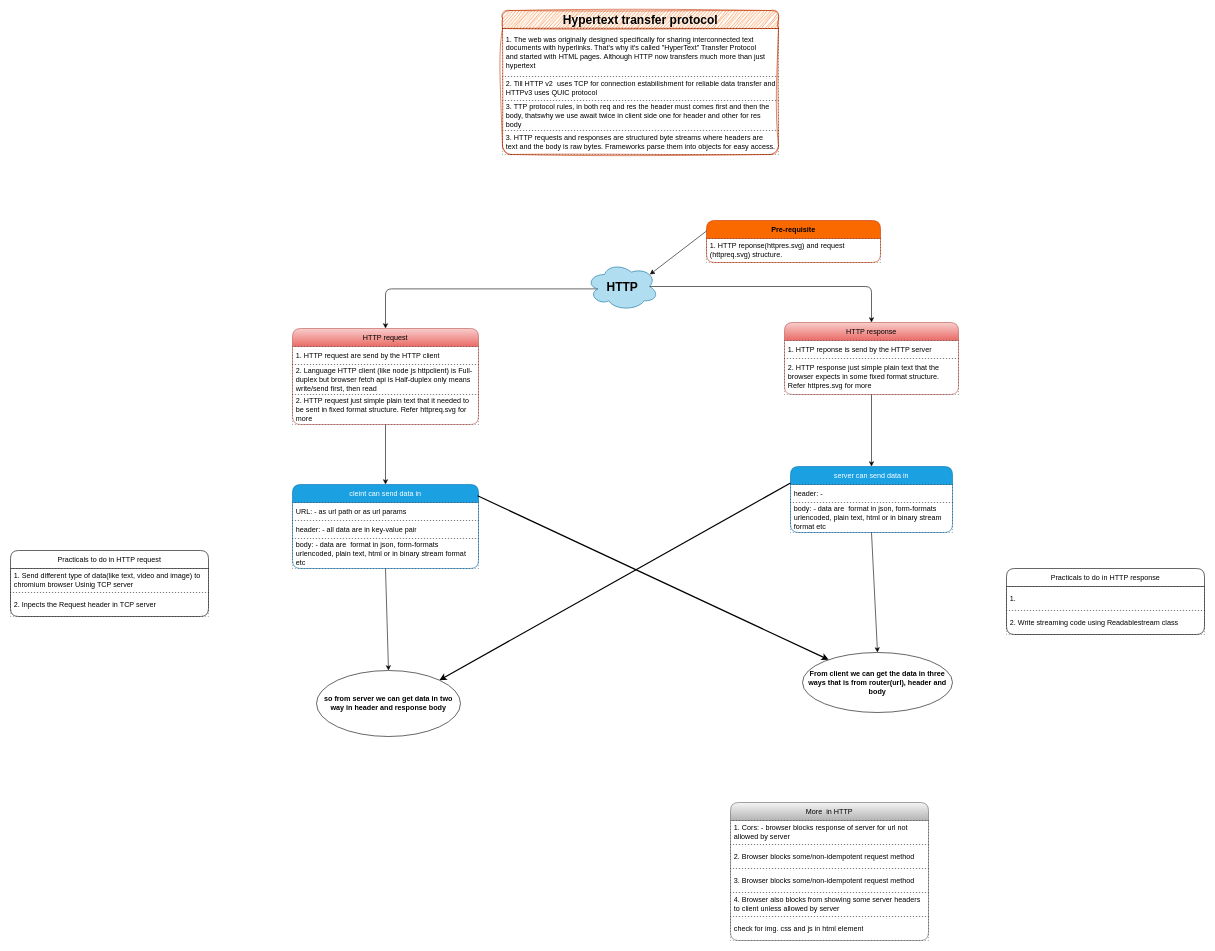
The draw.io diagram computer-networking/protocols/hypertext-transfer-protocol/http.dio in knkrn5/Programming-Concepts, before the edit. Source tidied: cells renumbered, new cells numbered last; positions are measured from the earlier drawing's top-left corner, leaving out a move shared by most shapes. Both pictures are drawn from the tidied source at 60%, with x=0, y=0 at pixel (10, 10).
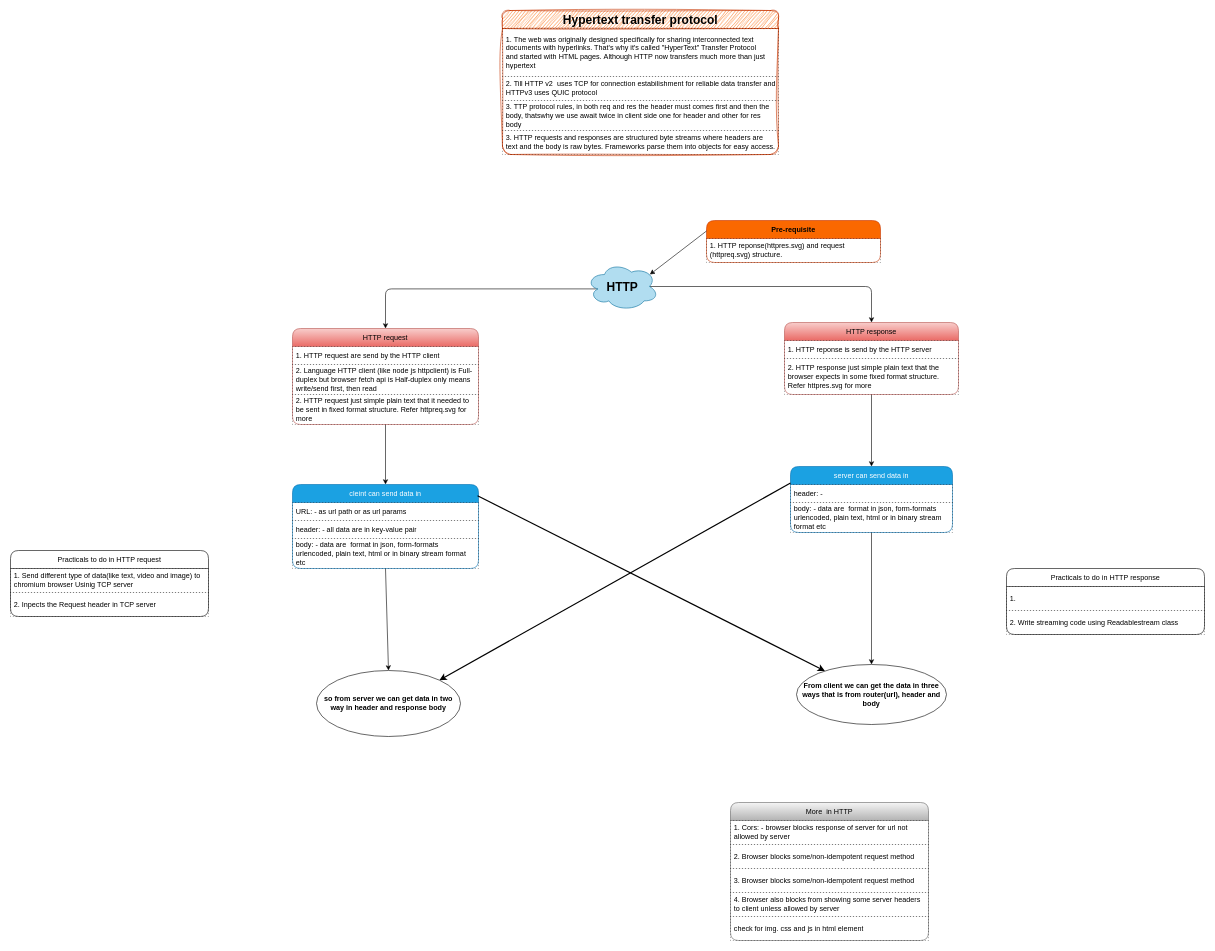
The same page after the edit.

Unchanged cells that the change refers to:
```xml
<mxCell id="18" value="server can send data in" style="swimlane;fontStyle=0;horizontal=1;startSize=30;whiteSpace=wrap;html=1;rounded=1;fillColor=#1ba1e2;fontColor=#ffffff;strokeColor=#006EAF;" parent="1" vertex="1">
  <mxGeometry x="1300" y="760" width="270" height="110" as="geometry" />
</mxCell>
```

What changed in the source:
```diff
@@
-    <mxCell id="17" style="edgeStyle=none;html=1;exitX=0.5;exitY=1;exitDx=0;exitDy=0;entryX=0.5;entryY=0;entryDx=0;entryDy=0;" parent="1" edge="1" source="18" target="45">
+    <mxCell id="17" style="edgeStyle=none;html=1;exitX=0.5;exitY=1;exitDx=0;exitDy=0;entryX=0.5;entryY=0;entryDx=0;entryDy=0;flowAnimation=0;" parent="1" edge="1" source="18" target="45">
       <mxGeometry relative="1" as="geometry" />
     </mxCell>
@@
     <mxCell id="45" value="&lt;b&gt;From client we can get the data in three ways that is from router(url), header and body&lt;/b&gt;" style="ellipse;whiteSpace=wrap;html=1;" parent="1" vertex="1">
-      <mxGeometry x="1320" y="1070" width="250" height="100" as="geometry" />
+      <mxGeometry x="1310" y="1090" width="250" height="100" as="geometry" />
     </mxCell>
```
